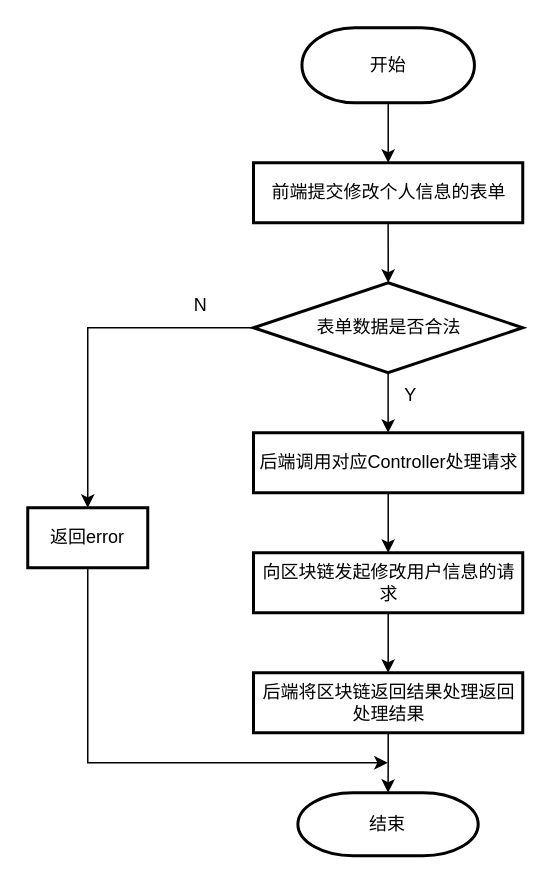
YanQiaoQi/graduation-project keeps this draw.io diagram as 毕业论文/图片/个人信息模块-个人信息修改.drawio. Above is the earlier version. Source tidied: cells renumbered, new cells numbered last; positions are measured from the earlier drawing's top-left corner, leaving out a move shared by most shapes. Both pictures are drawn from the tidied source at 150%, with x=0, y=0 at pixel (27, 27).
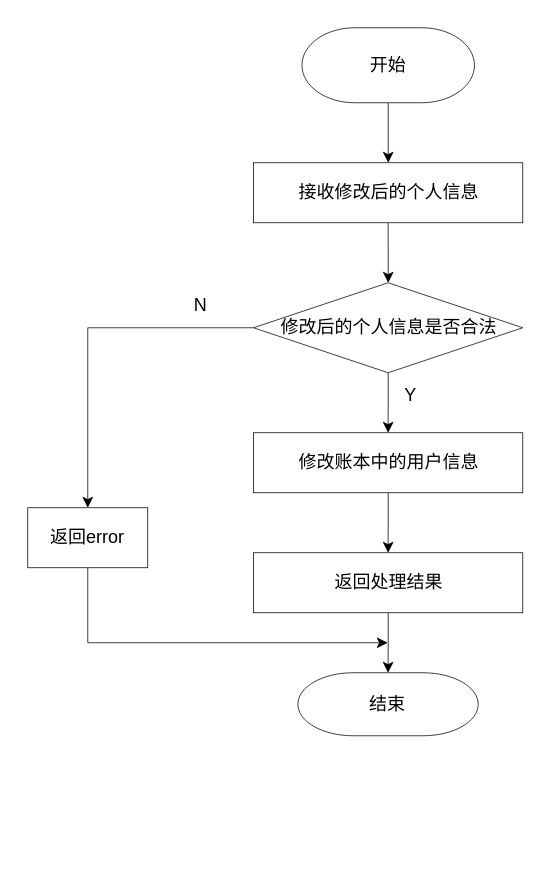
After the change.

Change to the diagram source:
```diff
@@
-    <mxCell id="2" style="edgeStyle=orthogonalEdgeStyle;rounded=0;jettySize=auto;html=1;" parent="1" edge="1" source="3" target="4">
+    <mxCell id="2" style="edgeStyle=orthogonalEdgeStyle;rounded=0;jettySize=auto;html=1;strokeWidth=0.5;fontFamily=宋体;" parent="1" edge="1" source="3" target="4">
       <mxGeometry relative="1" as="geometry" />
     </mxCell>
-    <mxCell id="3" value="开始" style="strokeWidth=2;html=1;shape=mxgraph.flowchart.terminator;whiteSpace=wrap;" parent="1" vertex="1">
+    <mxCell id="3" value="开始" style="strokeWidth=0.5;html=1;shape=mxgraph.flowchart.terminator;whiteSpace=wrap;fontFamily=宋体;" parent="1" vertex="1">
       <mxGeometry x="182.8" width="115" height="50" as="geometry" />
     </mxCell>
-    <mxCell id="4" value="前端提交修改个人信息的表单" style="whiteSpace=wrap;html=1;strokeWidth=2;" parent="1" vertex="1">
+    <mxCell id="4" value="接收修改后的个人信息" style="whiteSpace=wrap;html=1;strokeWidth=0.5;fontFamily=宋体;" parent="1" vertex="1">
       <mxGeometry x="150.5" y="90" width="179.5" height="40" as="geometry" />
     </mxCell>
-    <mxCell id="5" style="edgeStyle=orthogonalEdgeStyle;rounded=0;jettySize=auto;html=1;exitX=0.5;exitY=1;exitDx=0;exitDy=0;" parent="1" edge="1" source="4" target="8">
+    <mxCell id="5" style="edgeStyle=orthogonalEdgeStyle;rounded=0;jettySize=auto;html=1;exitX=0.5;exitY=1;exitDx=0;exitDy=0;strokeWidth=0.5;fontFamily=宋体;" parent="1" edge="1" source="4" target="8">
       <mxGeometry relative="1" as="geometry" />
     </mxCell>
-    <mxCell id="6" style="edgeStyle=orthogonalEdgeStyle;rounded=0;jettySize=auto;html=1;" parent="1" edge="1" source="8" target="10">
+    <mxCell id="6" style="edgeStyle=orthogonalEdgeStyle;rounded=0;jettySize=auto;html=1;entryX=0.5;entryY=0;entryDx=0;entryDy=0;strokeWidth=0.5;fontFamily=宋体;" parent="1" edge="1" source="8" target="17">
       <mxGeometry relative="1" as="geometry" />
     </mxCell>
-    <mxCell id="7" style="edgeStyle=orthogonalEdgeStyle;rounded=0;jettySize=auto;html=1;entryX=0.5;entryY=0;entryDx=0;entryDy=0;" parent="1" edge="1" source="8" target="15">
+    <mxCell id="7" style="edgeStyle=orthogonalEdgeStyle;rounded=0;jettySize=auto;html=1;entryX=0.5;entryY=0;entryDx=0;entryDy=0;strokeWidth=0.5;fontFamily=宋体;" parent="1" edge="1" source="8" target="15">
       <mxGeometry relative="1" as="geometry" />
     </mxCell>
-    <mxCell id="8" value="表单数据是否合法" style="rhombus;whiteSpace=wrap;html=1;strokeWidth=2;" parent="1" vertex="1">
+    <mxCell id="8" value="修改后的个人信息是否合法" style="rhombus;whiteSpace=wrap;html=1;strokeWidth=0.5;fontFamily=宋体;" parent="1" vertex="1">
       <mxGeometry x="150.5" y="170" width="179.5" height="60" as="geometry" />
     </mxCell>
-    <mxCell id="9" style="edgeStyle=orthogonalEdgeStyle;rounded=0;jettySize=auto;html=1;entryX=0.5;entryY=0;entryDx=0;entryDy=0;" parent="1" edge="1" source="10">
-      <mxGeometry relative="1" as="geometry">
-        <mxPoint x="240.3" y="350" as="targetPoint" />
-      </mxGeometry>
-    </mxCell>
-    <mxCell id="10" value="后端调用对应Controller处理请求" style="whiteSpace=wrap;html=1;strokeWidth=2;" parent="1" vertex="1">
-      <mxGeometry x="150.5" y="270" width="179.5" height="40" as="geometry" />
-    </mxCell>
-    <mxCell id="11" value="结束" style="strokeWidth=2;html=1;shape=mxgraph.flowchart.terminator;whiteSpace=wrap;" parent="1" vertex="1">
-      <mxGeometry x="180.1" y="510" width="120.2" height="42" as="geometry" />
+    <mxCell id="11" value="结束" style="strokeWidth=0.5;html=1;shape=mxgraph.flowchart.terminator;whiteSpace=wrap;fontFamily=宋体;" parent="1" vertex="1">
+      <mxGeometry x="180.1" y="430" width="120.2" height="42" as="geometry" />
     </mxCell>
-    <mxCell id="12" value="Y" style="text;html=1;align=center;verticalAlign=middle;strokeColor=none;fillColor=none;" parent="1" vertex="1">
+    <mxCell id="12" value="Y" style="text;html=1;align=center;verticalAlign=middle;strokeColor=none;fillColor=none;strokeWidth=0.5;fontFamily=宋体;" parent="1" vertex="1">
       <mxGeometry x="240" y="230" width="30" height="30" as="geometry" />
     </mxCell>
-    <mxCell id="13" value="N" style="text;html=1;align=center;verticalAlign=middle;strokeColor=none;fillColor=none;" parent="1" vertex="1">
+    <mxCell id="13" value="N" style="text;html=1;align=center;verticalAlign=middle;strokeColor=none;fillColor=none;strokeWidth=0.5;fontFamily=宋体;" parent="1" vertex="1">
       <mxGeometry x="100" y="170" width="30" height="30" as="geometry" />
     </mxCell>
-    <mxCell id="14" style="edgeStyle=orthogonalEdgeStyle;rounded=0;jettySize=auto;html=1;" parent="1" edge="1" source="15">
+    <mxCell id="14" style="edgeStyle=orthogonalEdgeStyle;rounded=0;jettySize=auto;html=1;strokeWidth=0.5;fontFamily=宋体;" parent="1" edge="1" source="15">
       <mxGeometry relative="1" as="geometry">
-        <mxPoint x="240" y="490" as="targetPoint" />
+        <mxPoint x="240" y="410" as="targetPoint" />
         <Array as="points">
-          <mxPoint x="40" y="490" />
+          <mxPoint x="40" y="410" />
         </Array>
       </mxGeometry>
     </mxCell>
-    <mxCell id="15" value="返回error" style="whiteSpace=wrap;html=1;strokeWidth=2;" parent="1" vertex="1">
+    <mxCell id="15" value="返回error" style="whiteSpace=wrap;html=1;strokeWidth=0.5;fontFamily=宋体;" parent="1" vertex="1">
       <mxGeometry y="320" width="80" height="40" as="geometry" />
     </mxCell>
-    <mxCell id="16" style="edgeStyle=orthogonalEdgeStyle;rounded=0;jettySize=auto;html=1;entryX=0.5;entryY=0;entryDx=0;entryDy=0;" parent="1" edge="1" source="17" target="19">
+    <mxCell id="16" style="edgeStyle=orthogonalEdgeStyle;rounded=0;jettySize=auto;html=1;entryX=0.5;entryY=0;entryDx=0;entryDy=0;strokeWidth=0.5;fontFamily=宋体;" parent="1" edge="1" source="17" target="19">
       <mxGeometry relative="1" as="geometry" />
     </mxCell>
-    <mxCell id="17" value="向区块链发起修改用户信息的请求" style="whiteSpace=wrap;html=1;strokeWidth=2;" parent="1" vertex="1">
-      <mxGeometry x="150.5" y="350" width="179.5" height="40" as="geometry" />
+    <mxCell id="17" value="修改账本中的用户信息" style="whiteSpace=wrap;html=1;strokeWidth=0.5;fontFamily=宋体;" parent="1" vertex="1">
+      <mxGeometry x="150.5" y="270" width="179.5" height="40" as="geometry" />
     </mxCell>
-    <mxCell id="18" style="edgeStyle=orthogonalEdgeStyle;rounded=0;jettySize=auto;html=1;entryX=0.5;entryY=0;entryDx=0;entryDy=0;entryPerimeter=0;" parent="1" edge="1" source="19" target="11">
+    <mxCell id="18" style="edgeStyle=orthogonalEdgeStyle;rounded=0;jettySize=auto;html=1;entryX=0.5;entryY=0;entryDx=0;entryDy=0;entryPerimeter=0;strokeWidth=0.5;fontFamily=宋体;" parent="1" edge="1" source="19" target="11">
       <mxGeometry relative="1" as="geometry" />
     </mxCell>
-    <mxCell id="19" value="后端将区块链返回结果处理返回处理结果" style="whiteSpace=wrap;html=1;strokeWidth=2;" parent="1" vertex="1">
-      <mxGeometry x="150.5" y="430" width="179.5" height="40" as="geometry" />
+    <mxCell id="19" value="返回处理结果" style="whiteSpace=wrap;html=1;strokeWidth=0.5;fontFamily=宋体;" parent="1" vertex="1">
+      <mxGeometry x="150.5" y="350" width="179.5" height="40" as="geometry" />
     </mxCell>
```
